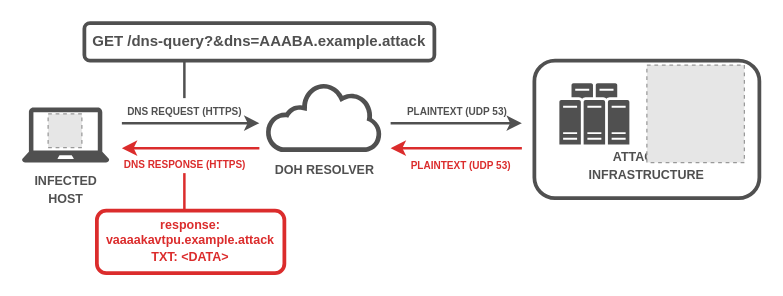
Before: images/doh_tunnel.drawio in Korving-F/doh-tunnel-dataset, a draw.io diagram. Source tidied: cells renumbered, new cells numbered last; positions are measured from the earlier drawing's top-left corner, leaving out a move shared by most shapes. Both pictures are drawn from the tidied source at 125%, with x=0, y=0 at pixel (21, 22). Pictures stored in the file or linked from it are replaced by grey dashed boxes.
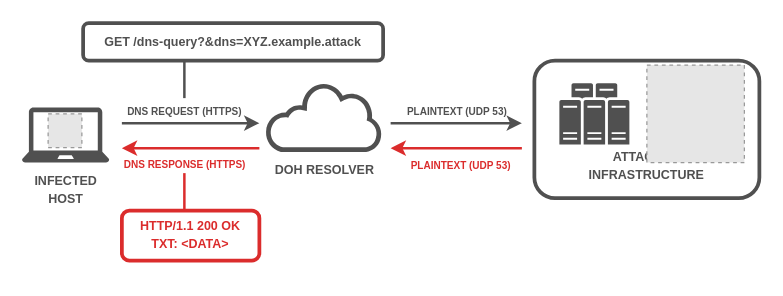
Above is the later version.

The edit, as a diff of the source:
```diff
@@
-    <mxCell id="17" value="&lt;font color=&quot;#505050&quot;&gt;&lt;b&gt;GET /dns-query?&amp;amp;dns=AAABA.example.attack&lt;br&gt;&lt;/b&gt;&lt;/font&gt;" style="rounded=1;whiteSpace=wrap;html=1;strokeWidth=3;strokeColor=#505050;" parent="1" vertex="1">
-      <mxGeometry x="50" width="280" height="30" as="geometry" />
+    <mxCell id="17" value="&lt;font style=&quot;font-size: 10px&quot; color=&quot;#505050&quot;&gt;&lt;b&gt;&lt;font style=&quot;font-size: 10px&quot;&gt;GET /dns-query?&amp;amp;dns=XYZ.example.attack &lt;/font&gt;&lt;br&gt;&lt;/b&gt;&lt;/font&gt;" style="rounded=1;whiteSpace=wrap;html=1;strokeWidth=3;strokeColor=#505050;" parent="1" vertex="1">
+      <mxGeometry x="49" width="240" height="30" as="geometry" />
     </mxCell>
-    <mxCell id="18" value="&lt;div style=&quot;font-size: 10px&quot;&gt;&lt;font style=&quot;font-size: 10px&quot; face=&quot;Helvetica&quot; color=&quot;#DB2C2C&quot;&gt;&lt;b&gt;response: vaaaakavtpu.example.attack&lt;br&gt;&lt;/b&gt;&lt;/font&gt;&lt;/div&gt;&lt;font style=&quot;font-size: 10px&quot; face=&quot;Helvetica&quot; color=&quot;#DB2C2C&quot;&gt;&lt;b&gt;&lt;font style=&quot;font-size: 10px&quot;&gt;TXT: &amp;lt;DATA&amp;gt;&lt;br&gt;&lt;/font&gt;&lt;/b&gt;&lt;/font&gt;" style="rounded=1;whiteSpace=wrap;html=1;strokeWidth=3;strokeColor=#DB2C2C;" parent="1" vertex="1">
-      <mxGeometry x="60" y="150" width="150" height="50" as="geometry" />
+    <mxCell id="18" value="&lt;div style=&quot;font-size: 10px&quot;&gt;&lt;font color=&quot;#DB2C2C&quot;&gt;&lt;b&gt;HTTP/1.1 200 OK&lt;/b&gt;&lt;/font&gt;&lt;font style=&quot;font-size: 10px&quot; face=&quot;Helvetica&quot; color=&quot;#DB2C2C&quot;&gt;&lt;b&gt;&lt;br&gt;&lt;/b&gt;&lt;/font&gt;&lt;/div&gt;&lt;font style=&quot;font-size: 10px&quot; face=&quot;Helvetica&quot; color=&quot;#DB2C2C&quot;&gt;&lt;b&gt;&lt;font style=&quot;font-size: 10px&quot;&gt;TXT: &amp;lt;DATA&amp;gt;&lt;br&gt;&lt;/font&gt;&lt;/b&gt;&lt;/font&gt;" style="rounded=1;whiteSpace=wrap;html=1;strokeWidth=3;strokeColor=#DB2C2C;" parent="1" vertex="1">
+      <mxGeometry x="80" y="150" width="110" height="40" as="geometry" />
     </mxCell>
```
